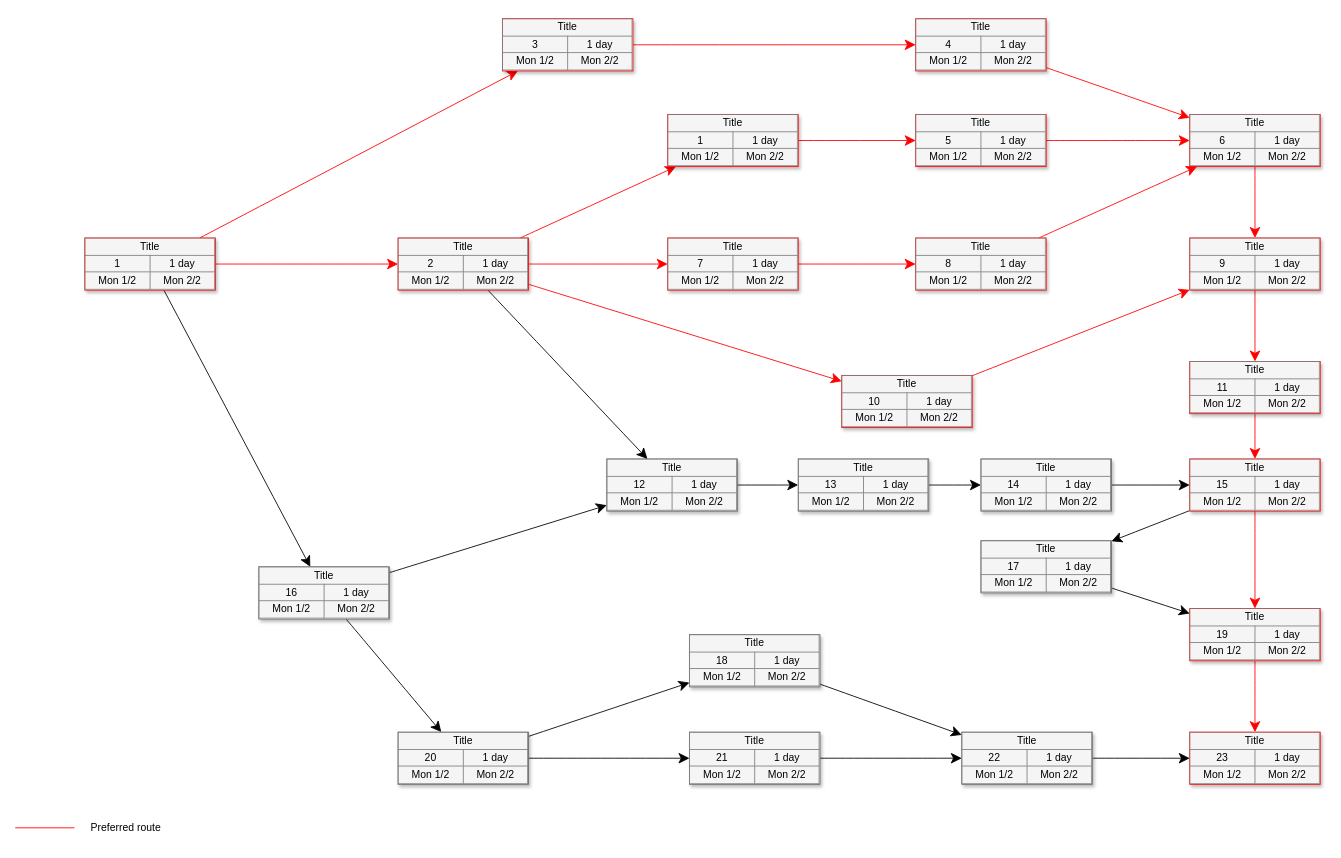
This is Untitled Diagram.drawio from bagheeraja/PERT, a draw.io file, before an edit. Source tidied: cells renumbered, new cells numbered last; positions are measured from the earlier drawing's top-left corner, leaving out a move shared by most shapes. Both pictures are drawn from the tidied source at 87%, with x=0, y=0 at pixel (15, 18).
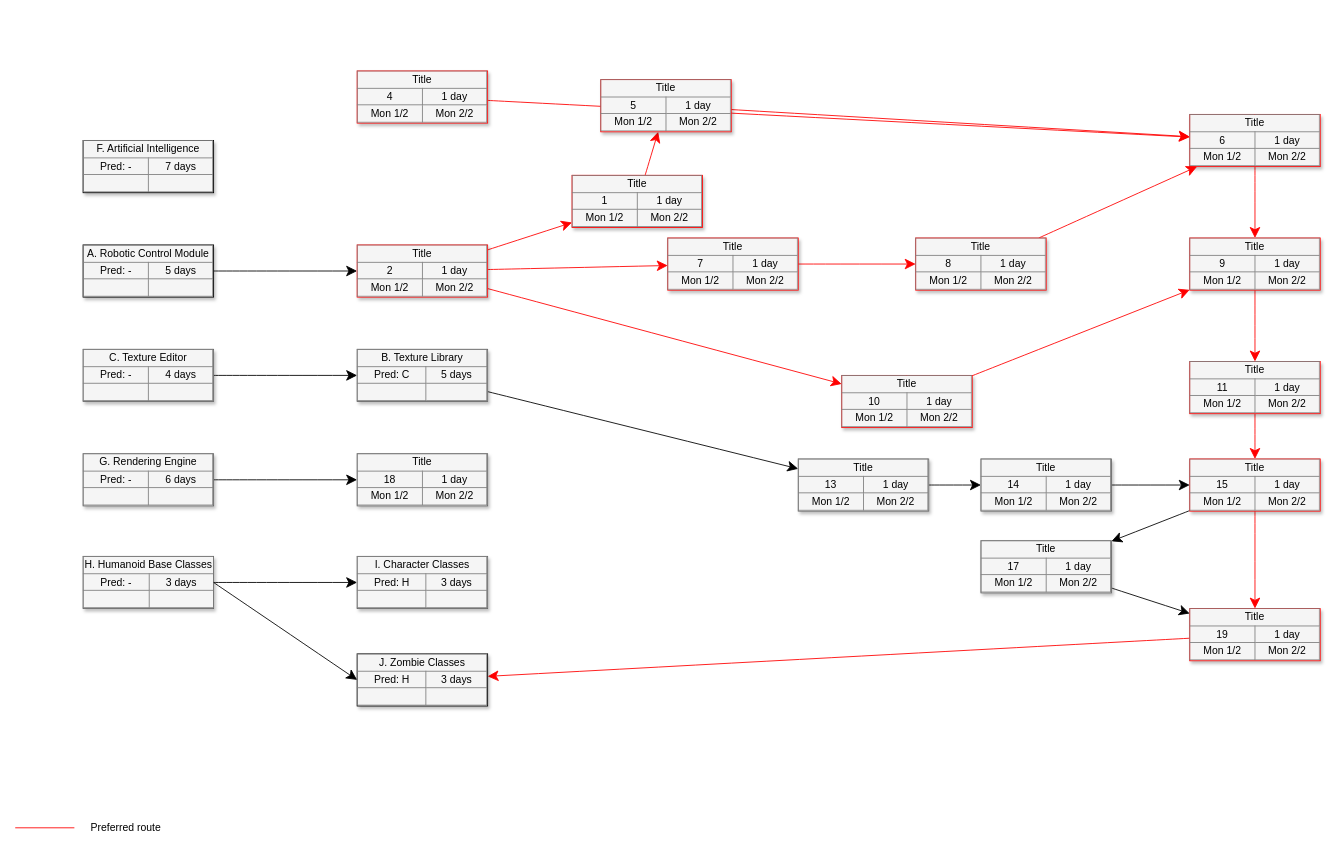
After the change.

Commit message:
Classes and Modules for World of Z-.drawio

Diff of the diagram source:
```diff
@@
-    <mxCell id="2" style="edgeStyle=none;curved=1;html=1;startSize=10;endArrow=classic;endFill=1;endSize=10;strokeColor=#FF0000;strokeWidth=1;fontSize=12;" parent="1" edge="1" source="5" target="22">
-      <mxGeometry relative="1" as="geometry" />
-    </mxCell>
-    <mxCell id="3" style="edgeStyle=none;curved=1;html=1;startSize=10;endArrow=classic;endFill=1;endSize=10;strokeColor=#FF0000;strokeWidth=1;fontSize=12;" parent="1" edge="1" source="5" target="27">
+    <mxCell id="3" style="edgeStyle=none;curved=1;html=1;startSize=10;endArrow=classic;endFill=1;endSize=10;strokeColor=light-dark(#000000, #ff9090);strokeWidth=1;fontSize=12;" parent="1" edge="1" source="5" target="27">
       <mxGeometry relative="1" as="geometry" />
     </mxCell>
-    <mxCell id="4" style="edgeStyle=none;curved=1;html=1;startSize=10;endArrow=classic;endFill=1;endSize=10;strokeWidth=1;fontSize=12;" parent="1" edge="1" source="5" target="30">
-      <mxGeometry relative="1" as="geometry" />
-    </mxCell>
-    <mxCell id="5" value="&lt;table border=&quot;1&quot; width=&quot;100%&quot; style=&quot;width: 100% ; height: 100% ; border-collapse: collapse&quot;&gt;&lt;tbody&gt;&lt;tr&gt;&lt;td colspan=&quot;2&quot; align=&quot;center&quot;&gt;&lt;font style=&quot;font-size: 12px;&quot;&gt;Title&lt;/font&gt;&lt;/td&gt;&lt;/tr&gt;&lt;tr&gt;&lt;td align=&quot;center&quot;&gt;&lt;font style=&quot;font-size: 12px;&quot;&gt;1&lt;/font&gt;&lt;/td&gt;&lt;td align=&quot;center&quot;&gt;&lt;font style=&quot;font-size: 12px;&quot;&gt;1 day&lt;/font&gt;&lt;/td&gt;&lt;/tr&gt;&lt;tr&gt;&lt;td align=&quot;center&quot;&gt;&lt;font style=&quot;font-size: 12px;&quot;&gt;Mon 1/2&lt;/font&gt;&lt;/td&gt;&lt;td align=&quot;center&quot;&gt;&lt;font style=&quot;font-size: 12px;&quot;&gt;Mon 2/2&lt;/font&gt;&lt;/td&gt;&lt;/tr&gt;&lt;/tbody&gt;&lt;/table&gt;" style="text;html=1;strokeColor=#FF0000;fillColor=#f5f5f5;overflow=fill;rounded=0;shadow=1;fontSize=12;align=center;" parent="1" vertex="1">
-      <mxGeometry x="80" y="252" width="150" height="60" as="geometry" />
+    <mxCell id="5" value="&lt;table border=&quot;1&quot; width=&quot;100%&quot; style=&quot;width: 100% ; height: 100% ; border-collapse: collapse&quot;&gt;&lt;tbody&gt;&lt;tr&gt;&lt;td colspan=&quot;2&quot; align=&quot;center&quot;&gt;A. Robotic Control Module&lt;/td&gt;&lt;/tr&gt;&lt;tr&gt;&lt;td align=&quot;center&quot;&gt;Pred: -&lt;/td&gt;&lt;td align=&quot;center&quot;&gt;&lt;font style=&quot;font-size: 12px;&quot;&gt;5 days&lt;/font&gt;&lt;/td&gt;&lt;/tr&gt;&lt;tr&gt;&lt;td align=&quot;center&quot;&gt;&lt;/td&gt;&lt;td align=&quot;center&quot;&gt;&lt;br&gt;&lt;/td&gt;&lt;/tr&gt;&lt;/tbody&gt;&lt;/table&gt;" style="text;html=1;strokeColor=light-dark(#000000, #ff9090);fillColor=#f5f5f5;overflow=fill;rounded=0;shadow=1;fontSize=12;align=center;" parent="1" vertex="1">
+      <mxGeometry x="78" y="260" width="150" height="60" as="geometry" />
     </mxCell>
@@
     <mxCell id="16" value="&lt;table border=&quot;1&quot; width=&quot;100%&quot; style=&quot;width: 100% ; height: 100% ; border-collapse: collapse&quot;&gt;&lt;tbody&gt;&lt;tr&gt;&lt;td colspan=&quot;2&quot; align=&quot;center&quot;&gt;&lt;font style=&quot;font-size: 12px&quot;&gt;Title&lt;/font&gt;&lt;/td&gt;&lt;/tr&gt;&lt;tr&gt;&lt;td align=&quot;center&quot;&gt;4&lt;/td&gt;&lt;td align=&quot;center&quot;&gt;&lt;font style=&quot;font-size: 12px&quot;&gt;1 day&lt;/font&gt;&lt;/td&gt;&lt;/tr&gt;&lt;tr&gt;&lt;td align=&quot;center&quot;&gt;&lt;font style=&quot;font-size: 12px&quot;&gt;Mon 1/2&lt;/font&gt;&lt;/td&gt;&lt;td align=&quot;center&quot;&gt;&lt;font style=&quot;font-size: 12px&quot;&gt;Mon 2/2&lt;/font&gt;&lt;/td&gt;&lt;/tr&gt;&lt;/tbody&gt;&lt;/table&gt;" style="text;html=1;strokeColor=#FF0000;fillColor=#f5f5f5;overflow=fill;rounded=0;shadow=1;fontSize=12;align=center;" parent="1" vertex="1">
-      <mxGeometry x="1035" width="150" height="60" as="geometry" />
+      <mxGeometry x="393" y="60" width="150" height="60" as="geometry" />
     </mxCell>
@@
-    <mxCell id="18" value="&lt;table border=&quot;1&quot; width=&quot;100%&quot; style=&quot;width: 100% ; height: 100% ; border-collapse: collapse&quot;&gt;&lt;tbody&gt;&lt;tr&gt;&lt;td colspan=&quot;2&quot; align=&quot;center&quot;&gt;&lt;font style=&quot;font-size: 12px&quot;&gt;Title&lt;/font&gt;&lt;/td&gt;&lt;/tr&gt;&lt;tr&gt;&lt;td align=&quot;center&quot;&gt;&lt;font style=&quot;font-size: 12px&quot;&gt;12&lt;/font&gt;&lt;/td&gt;&lt;td align=&quot;center&quot;&gt;&lt;font style=&quot;font-size: 12px&quot;&gt;1 day&lt;/font&gt;&lt;/td&gt;&lt;/tr&gt;&lt;tr&gt;&lt;td align=&quot;center&quot;&gt;&lt;font style=&quot;font-size: 12px&quot;&gt;Mon 1/2&lt;/font&gt;&lt;/td&gt;&lt;td align=&quot;center&quot;&gt;&lt;font style=&quot;font-size: 12px&quot;&gt;Mon 2/2&lt;/font&gt;&lt;/td&gt;&lt;/tr&gt;&lt;/tbody&gt;&lt;/table&gt;" style="text;html=1;strokeColor=#666666;fillColor=#f5f5f5;overflow=fill;rounded=0;shadow=1;fontSize=12;align=center;" parent="1" vertex="1">
-      <mxGeometry x="680" y="506" width="150" height="60" as="geometry" />
+    <mxCell id="18" value="&lt;table border=&quot;1&quot; width=&quot;100%&quot; style=&quot;width: 100% ; height: 100% ; border-collapse: collapse&quot;&gt;&lt;tbody&gt;&lt;tr&gt;&lt;td colspan=&quot;2&quot; align=&quot;center&quot;&gt;&lt;font style=&quot;font-size: 12px&quot;&gt;B. Texture Library&lt;/font&gt;&lt;/td&gt;&lt;/tr&gt;&lt;tr&gt;&lt;td align=&quot;center&quot;&gt;Pred: C&lt;/td&gt;&lt;td align=&quot;center&quot;&gt;&lt;font style=&quot;font-size: 12px&quot;&gt;5 days&lt;/font&gt;&lt;/td&gt;&lt;/tr&gt;&lt;tr&gt;&lt;td align=&quot;center&quot;&gt;&lt;/td&gt;&lt;td align=&quot;center&quot;&gt;&lt;br&gt;&lt;/td&gt;&lt;/tr&gt;&lt;/tbody&gt;&lt;/table&gt;" style="text;html=1;strokeColor=#666666;fillColor=#f5f5f5;overflow=fill;rounded=0;shadow=1;fontSize=12;align=center;" parent="1" vertex="1">
+      <mxGeometry x="393" y="380" width="150" height="60" as="geometry" />
     </mxCell>
@@
-    <mxCell id="21" style="edgeStyle=none;curved=1;html=1;startSize=10;endArrow=classic;endFill=1;endSize=10;strokeColor=#FF0000;strokeWidth=1;fontSize=12;" parent="1" edge="1" source="22" target="16">
-      <mxGeometry relative="1" as="geometry" />
-    </mxCell>
-    <mxCell id="22" value="&lt;table border=&quot;1&quot; width=&quot;100%&quot; style=&quot;width: 100% ; height: 100% ; border-collapse: collapse&quot;&gt;&lt;tbody&gt;&lt;tr&gt;&lt;td colspan=&quot;2&quot; align=&quot;center&quot;&gt;&lt;font style=&quot;font-size: 12px&quot;&gt;Title&lt;/font&gt;&lt;/td&gt;&lt;/tr&gt;&lt;tr&gt;&lt;td align=&quot;center&quot;&gt;3&lt;/td&gt;&lt;td align=&quot;center&quot;&gt;&lt;font style=&quot;font-size: 12px&quot;&gt;1 day&lt;/font&gt;&lt;/td&gt;&lt;/tr&gt;&lt;tr&gt;&lt;td align=&quot;center&quot;&gt;&lt;font style=&quot;font-size: 12px&quot;&gt;Mon 1/2&lt;/font&gt;&lt;/td&gt;&lt;td align=&quot;center&quot;&gt;&lt;font style=&quot;font-size: 12px&quot;&gt;Mon 2/2&lt;/font&gt;&lt;/td&gt;&lt;/tr&gt;&lt;/tbody&gt;&lt;/table&gt;" style="text;html=1;strokeColor=#FF0000;fillColor=#f5f5f5;overflow=fill;rounded=0;shadow=1;fontSize=12;align=center;" parent="1" vertex="1">
-      <mxGeometry x="560" width="150" height="60" as="geometry" />
+    <mxCell id="22" value="&lt;table border=&quot;1&quot; width=&quot;100%&quot; style=&quot;width: 100% ; height: 100% ; border-collapse: collapse&quot;&gt;&lt;tbody&gt;&lt;tr&gt;&lt;td colspan=&quot;2&quot; align=&quot;center&quot;&gt;F. Artificial Intelligence&lt;/td&gt;&lt;/tr&gt;&lt;tr&gt;&lt;td align=&quot;center&quot;&gt;Pred: -&lt;/td&gt;&lt;td align=&quot;center&quot;&gt;&lt;font style=&quot;font-size: 12px&quot;&gt;7 days&lt;/font&gt;&lt;/td&gt;&lt;/tr&gt;&lt;tr&gt;&lt;td align=&quot;center&quot;&gt;&lt;/td&gt;&lt;td align=&quot;center&quot;&gt;&lt;br&gt;&lt;/td&gt;&lt;/tr&gt;&lt;/tbody&gt;&lt;/table&gt;" style="text;html=1;strokeColor=light-dark(#000000,#FF9090);fillColor=#f5f5f5;overflow=fill;rounded=0;shadow=1;fontSize=12;align=center;" parent="1" vertex="1">
+      <mxGeometry x="78" y="140" width="150" height="60" as="geometry" />
     </mxCell>
@@
-    <mxCell id="26" style="edgeStyle=none;curved=1;html=1;startSize=10;endArrow=classic;endFill=1;endSize=10;strokeWidth=1;fontSize=12;" parent="1" edge="1" source="27" target="18">
-      <mxGeometry relative="1" as="geometry" />
-    </mxCell>
     <mxCell id="27" value="&lt;table border=&quot;1&quot; width=&quot;100%&quot; style=&quot;width: 100% ; height: 100% ; border-collapse: collapse&quot;&gt;&lt;tbody&gt;&lt;tr&gt;&lt;td colspan=&quot;2&quot; align=&quot;center&quot;&gt;&lt;font style=&quot;font-size: 12px&quot;&gt;Title&lt;/font&gt;&lt;/td&gt;&lt;/tr&gt;&lt;tr&gt;&lt;td align=&quot;center&quot;&gt;2&lt;/td&gt;&lt;td align=&quot;center&quot;&gt;&lt;font style=&quot;font-size: 12px&quot;&gt;1 day&lt;/font&gt;&lt;/td&gt;&lt;/tr&gt;&lt;tr&gt;&lt;td align=&quot;center&quot;&gt;&lt;font style=&quot;font-size: 12px&quot;&gt;Mon 1/2&lt;/font&gt;&lt;/td&gt;&lt;td align=&quot;center&quot;&gt;&lt;font style=&quot;font-size: 12px&quot;&gt;Mon 2/2&lt;/font&gt;&lt;/td&gt;&lt;/tr&gt;&lt;/tbody&gt;&lt;/table&gt;" style="text;html=1;strokeColor=#FF0000;fillColor=#f5f5f5;overflow=fill;rounded=0;shadow=1;fontSize=12;align=center;" parent="1" vertex="1">
-      <mxGeometry x="440" y="252" width="150" height="60" as="geometry" />
+      <mxGeometry x="393" y="260" width="150" height="60" as="geometry" />
     </mxCell>
-    <mxCell id="28" style="edgeStyle=none;curved=1;html=1;startSize=10;endArrow=classic;endFill=1;endSize=10;strokeWidth=1;fontSize=12;" parent="1" edge="1" source="30" target="39">
-      <mxGeometry relative="1" as="geometry" />
-    </mxCell>
@@
-    <mxCell id="30" value="&lt;table border=&quot;1&quot; width=&quot;100%&quot; style=&quot;width: 100% ; height: 100% ; border-collapse: collapse&quot;&gt;&lt;tbody&gt;&lt;tr&gt;&lt;td colspan=&quot;2&quot; align=&quot;center&quot;&gt;&lt;font style=&quot;font-size: 12px&quot;&gt;Title&lt;/font&gt;&lt;/td&gt;&lt;/tr&gt;&lt;tr&gt;&lt;td align=&quot;center&quot;&gt;16&lt;/td&gt;&lt;td align=&quot;center&quot;&gt;&lt;font style=&quot;font-size: 12px&quot;&gt;1 day&lt;/font&gt;&lt;/td&gt;&lt;/tr&gt;&lt;tr&gt;&lt;td align=&quot;center&quot;&gt;&lt;font style=&quot;font-size: 12px&quot;&gt;Mon 1/2&lt;/font&gt;&lt;/td&gt;&lt;td align=&quot;center&quot;&gt;&lt;font style=&quot;font-size: 12px&quot;&gt;Mon 2/2&lt;/font&gt;&lt;/td&gt;&lt;/tr&gt;&lt;/tbody&gt;&lt;/table&gt;" style="text;html=1;strokeColor=#666666;fillColor=#f5f5f5;overflow=fill;rounded=0;shadow=1;fontSize=12;align=center;" parent="1" vertex="1">
-      <mxGeometry x="280" y="630" width="150" height="60" as="geometry" />
+    <mxCell id="30" value="&lt;table border=&quot;1&quot; width=&quot;100%&quot; style=&quot;width: 100% ; height: 100% ; border-collapse: collapse&quot;&gt;&lt;tbody&gt;&lt;tr&gt;&lt;td colspan=&quot;2&quot; align=&quot;center&quot;&gt;C. Texture Editor&lt;/td&gt;&lt;/tr&gt;&lt;tr&gt;&lt;td align=&quot;center&quot;&gt;Pred: -&lt;/td&gt;&lt;td align=&quot;center&quot;&gt;&lt;font style=&quot;font-size: 12px&quot;&gt;4 days&lt;/font&gt;&lt;/td&gt;&lt;/tr&gt;&lt;tr&gt;&lt;td align=&quot;center&quot;&gt;&lt;/td&gt;&lt;td align=&quot;center&quot;&gt;&lt;br&gt;&lt;/td&gt;&lt;/tr&gt;&lt;/tbody&gt;&lt;/table&gt;" style="text;html=1;strokeColor=#666666;fillColor=#f5f5f5;overflow=fill;rounded=0;shadow=1;fontSize=12;align=center;" parent="1" vertex="1">
+      <mxGeometry x="78" y="380" width="150" height="60" as="geometry" />
     </mxCell>
@@
     <mxCell id="32" value="&lt;table border=&quot;1&quot; width=&quot;100%&quot; style=&quot;width: 100% ; height: 100% ; border-collapse: collapse&quot;&gt;&lt;tbody&gt;&lt;tr&gt;&lt;td colspan=&quot;2&quot; align=&quot;center&quot;&gt;&lt;font style=&quot;font-size: 12px;&quot;&gt;Title&lt;/font&gt;&lt;/td&gt;&lt;/tr&gt;&lt;tr&gt;&lt;td align=&quot;center&quot;&gt;&lt;font style=&quot;font-size: 12px;&quot;&gt;1&lt;/font&gt;&lt;/td&gt;&lt;td align=&quot;center&quot;&gt;&lt;font style=&quot;font-size: 12px;&quot;&gt;1 day&lt;/font&gt;&lt;/td&gt;&lt;/tr&gt;&lt;tr&gt;&lt;td align=&quot;center&quot;&gt;&lt;font style=&quot;font-size: 12px;&quot;&gt;Mon 1/2&lt;/font&gt;&lt;/td&gt;&lt;td align=&quot;center&quot;&gt;&lt;font style=&quot;font-size: 12px;&quot;&gt;Mon 2/2&lt;/font&gt;&lt;/td&gt;&lt;/tr&gt;&lt;/tbody&gt;&lt;/table&gt;" style="text;html=1;strokeColor=#FF0000;fillColor=#f5f5f5;overflow=fill;rounded=0;shadow=1;fontSize=12;align=center;" parent="1" vertex="1">
-      <mxGeometry x="750" y="110" width="150" height="60" as="geometry" />
+      <mxGeometry x="640" y="180" width="150" height="60" as="geometry" />
     </mxCell>
@@
-    <mxCell id="37" style="edgeStyle=none;curved=1;html=1;startSize=10;endArrow=classic;endFill=1;endSize=10;strokeWidth=1;fontSize=12;" parent="1" edge="1" source="39" target="48">
-      <mxGeometry relative="1" as="geometry" />
-    </mxCell>
@@
-    <mxCell id="39" value="&lt;table border=&quot;1&quot; width=&quot;100%&quot; style=&quot;width: 100% ; height: 100% ; border-collapse: collapse&quot;&gt;&lt;tbody&gt;&lt;tr&gt;&lt;td colspan=&quot;2&quot; align=&quot;center&quot;&gt;&lt;font style=&quot;font-size: 12px&quot;&gt;Title&lt;/font&gt;&lt;/td&gt;&lt;/tr&gt;&lt;tr&gt;&lt;td align=&quot;center&quot;&gt;20&lt;/td&gt;&lt;td align=&quot;center&quot;&gt;&lt;font style=&quot;font-size: 12px&quot;&gt;1 day&lt;/font&gt;&lt;/td&gt;&lt;/tr&gt;&lt;tr&gt;&lt;td align=&quot;center&quot;&gt;&lt;font style=&quot;font-size: 12px&quot;&gt;Mon 1/2&lt;/font&gt;&lt;/td&gt;&lt;td align=&quot;center&quot;&gt;&lt;font style=&quot;font-size: 12px&quot;&gt;Mon 2/2&lt;/font&gt;&lt;/td&gt;&lt;/tr&gt;&lt;/tbody&gt;&lt;/table&gt;" style="text;html=1;strokeColor=#666666;fillColor=#f5f5f5;overflow=fill;rounded=0;shadow=1;fontSize=12;align=center;" parent="1" vertex="1">
-      <mxGeometry x="440" y="820" width="150" height="60" as="geometry" />
+    <mxCell id="39" value="&lt;table border=&quot;1&quot; width=&quot;100%&quot; style=&quot;width: 100% ; height: 100% ; border-collapse: collapse&quot;&gt;&lt;tbody&gt;&lt;tr&gt;&lt;td colspan=&quot;2&quot; align=&quot;center&quot;&gt;G. Rendering Engine&lt;/td&gt;&lt;/tr&gt;&lt;tr&gt;&lt;td align=&quot;center&quot;&gt;Pred: -&lt;/td&gt;&lt;td align=&quot;center&quot;&gt;&lt;font style=&quot;font-size: 12px&quot;&gt;6 days&lt;/font&gt;&lt;/td&gt;&lt;/tr&gt;&lt;tr&gt;&lt;td align=&quot;center&quot;&gt;&lt;/td&gt;&lt;td align=&quot;center&quot;&gt;&lt;br&gt;&lt;/td&gt;&lt;/tr&gt;&lt;/tbody&gt;&lt;/table&gt;" style="text;html=1;strokeColor=#666666;fillColor=#f5f5f5;overflow=fill;rounded=0;shadow=1;fontSize=12;align=center;" parent="1" vertex="1">
+      <mxGeometry x="78" y="500" width="150" height="60" as="geometry" />
     </mxCell>
-    <mxCell id="40" value="&lt;table border=&quot;1&quot; width=&quot;100%&quot; style=&quot;width: 100% ; height: 100% ; border-collapse: collapse&quot;&gt;&lt;tbody&gt;&lt;tr&gt;&lt;td colspan=&quot;2&quot; align=&quot;center&quot;&gt;&lt;font style=&quot;font-size: 12px&quot;&gt;Title&lt;/font&gt;&lt;/td&gt;&lt;/tr&gt;&lt;tr&gt;&lt;td align=&quot;center&quot;&gt;23&lt;/td&gt;&lt;td align=&quot;center&quot;&gt;&lt;font style=&quot;font-size: 12px&quot;&gt;1 day&lt;/font&gt;&lt;/td&gt;&lt;/tr&gt;&lt;tr&gt;&lt;td align=&quot;center&quot;&gt;&lt;font style=&quot;font-size: 12px&quot;&gt;Mon 1/2&lt;/font&gt;&lt;/td&gt;&lt;td align=&quot;center&quot;&gt;&lt;font style=&quot;font-size: 12px&quot;&gt;Mon 2/2&lt;/font&gt;&lt;/td&gt;&lt;/tr&gt;&lt;/tbody&gt;&lt;/table&gt;" style="text;html=1;strokeColor=#FF0000;fillColor=#f5f5f5;overflow=fill;rounded=0;shadow=1;fontSize=12;align=center;" parent="1" vertex="1">
-      <mxGeometry x="1350" y="820" width="150" height="60" as="geometry" />
+    <mxCell id="40" value="&lt;table border=&quot;1&quot; width=&quot;100%&quot; style=&quot;width: 100% ; height: 100% ; border-collapse: collapse&quot;&gt;&lt;tbody&gt;&lt;tr&gt;&lt;td colspan=&quot;2&quot; align=&quot;center&quot;&gt;J. Zombie Classes&lt;/td&gt;&lt;/tr&gt;&lt;tr&gt;&lt;td align=&quot;center&quot;&gt;Pred: H&lt;/td&gt;&lt;td align=&quot;center&quot;&gt;&lt;font style=&quot;font-size: 12px&quot;&gt;3 days&lt;/font&gt;&lt;/td&gt;&lt;/tr&gt;&lt;tr&gt;&lt;td align=&quot;center&quot;&gt;&lt;/td&gt;&lt;td align=&quot;center&quot;&gt;&lt;br&gt;&lt;/td&gt;&lt;/tr&gt;&lt;/tbody&gt;&lt;/table&gt;" style="text;html=1;strokeColor=light-dark(#000000, #ff9090);fillColor=#f5f5f5;overflow=fill;rounded=0;shadow=1;fontSize=12;align=center;" parent="1" vertex="1">
+      <mxGeometry x="393" y="730" width="150" height="60" as="geometry" />
     </mxCell>
@@
     <mxCell id="42" value="&lt;table border=&quot;1&quot; width=&quot;100%&quot; style=&quot;width: 100% ; height: 100% ; border-collapse: collapse&quot;&gt;&lt;tbody&gt;&lt;tr&gt;&lt;td colspan=&quot;2&quot; align=&quot;center&quot;&gt;&lt;font style=&quot;font-size: 12px&quot;&gt;Title&lt;/font&gt;&lt;/td&gt;&lt;/tr&gt;&lt;tr&gt;&lt;td align=&quot;center&quot;&gt;5&lt;/td&gt;&lt;td align=&quot;center&quot;&gt;&lt;font style=&quot;font-size: 12px&quot;&gt;1 day&lt;/font&gt;&lt;/td&gt;&lt;/tr&gt;&lt;tr&gt;&lt;td align=&quot;center&quot;&gt;&lt;font style=&quot;font-size: 12px&quot;&gt;Mon 1/2&lt;/font&gt;&lt;/td&gt;&lt;td align=&quot;center&quot;&gt;&lt;font style=&quot;font-size: 12px&quot;&gt;Mon 2/2&lt;/font&gt;&lt;/td&gt;&lt;/tr&gt;&lt;/tbody&gt;&lt;/table&gt;" style="text;html=1;strokeColor=#FF0000;fillColor=#f5f5f5;overflow=fill;rounded=0;shadow=1;fontSize=12;align=center;" parent="1" vertex="1">
-      <mxGeometry x="1035" y="110" width="150" height="60" as="geometry" />
+      <mxGeometry x="673" y="70" width="150" height="60" as="geometry" />
     </mxCell>
@@
-    <mxCell id="45" style="edgeStyle=none;curved=1;html=1;startSize=10;endArrow=classic;endFill=1;endSize=10;strokeWidth=1;fontSize=12;" parent="1" edge="1" source="46" target="50">
-      <mxGeometry relative="1" as="geometry" />
-    </mxCell>
     <mxCell id="46" value="&lt;table border=&quot;1&quot; width=&quot;100%&quot; style=&quot;width: 100% ; height: 100% ; border-collapse: collapse&quot;&gt;&lt;tbody&gt;&lt;tr&gt;&lt;td colspan=&quot;2&quot; align=&quot;center&quot;&gt;&lt;font style=&quot;font-size: 12px&quot;&gt;Title&lt;/font&gt;&lt;/td&gt;&lt;/tr&gt;&lt;tr&gt;&lt;td align=&quot;center&quot;&gt;18&lt;/td&gt;&lt;td align=&quot;center&quot;&gt;&lt;font style=&quot;font-size: 12px&quot;&gt;1 day&lt;/font&gt;&lt;/td&gt;&lt;/tr&gt;&lt;tr&gt;&lt;td align=&quot;center&quot;&gt;&lt;font style=&quot;font-size: 12px&quot;&gt;Mon 1/2&lt;/font&gt;&lt;/td&gt;&lt;td align=&quot;center&quot;&gt;&lt;font style=&quot;font-size: 12px&quot;&gt;Mon 2/2&lt;/font&gt;&lt;/td&gt;&lt;/tr&gt;&lt;/tbody&gt;&lt;/table&gt;" style="text;html=1;strokeColor=#666666;fillColor=#f5f5f5;overflow=fill;rounded=0;shadow=1;fontSize=12;align=center;" parent="1" vertex="1">
-      <mxGeometry x="775" y="708" width="150" height="60" as="geometry" />
+      <mxGeometry x="393" y="500" width="150" height="60" as="geometry" />
     </mxCell>
@@
-    <mxCell id="48" value="&lt;table border=&quot;1&quot; width=&quot;100%&quot; style=&quot;width: 100% ; height: 100% ; border-collapse: collapse&quot;&gt;&lt;tbody&gt;&lt;tr&gt;&lt;td colspan=&quot;2&quot; align=&quot;center&quot;&gt;&lt;font style=&quot;font-size: 12px&quot;&gt;Title&lt;/font&gt;&lt;/td&gt;&lt;/tr&gt;&lt;tr&gt;&lt;td align=&quot;center&quot;&gt;21&lt;/td&gt;&lt;td align=&quot;center&quot;&gt;&lt;font style=&quot;font-size: 12px&quot;&gt;1 day&lt;/font&gt;&lt;/td&gt;&lt;/tr&gt;&lt;tr&gt;&lt;td align=&quot;center&quot;&gt;&lt;font style=&quot;font-size: 12px&quot;&gt;Mon 1/2&lt;/font&gt;&lt;/td&gt;&lt;td align=&quot;center&quot;&gt;&lt;font style=&quot;font-size: 12px&quot;&gt;Mon 2/2&lt;/font&gt;&lt;/td&gt;&lt;/tr&gt;&lt;/tbody&gt;&lt;/table&gt;" style="text;html=1;strokeColor=#666666;fillColor=#f5f5f5;overflow=fill;rounded=0;shadow=1;fontSize=12;align=center;" parent="1" vertex="1">
-      <mxGeometry x="775" y="820" width="150" height="60" as="geometry" />
+    <mxCell id="48" value="&lt;table border=&quot;1&quot; width=&quot;100%&quot; style=&quot;width: 100% ; height: 100% ; border-collapse: collapse&quot;&gt;&lt;tbody&gt;&lt;tr&gt;&lt;td colspan=&quot;2&quot; align=&quot;center&quot;&gt;&lt;font style=&quot;font-size: 12px&quot;&gt;H. Humanoid Base Classes&lt;/font&gt;&lt;/td&gt;&lt;/tr&gt;&lt;tr&gt;&lt;td align=&quot;center&quot;&gt;Pred: -&lt;/td&gt;&lt;td align=&quot;center&quot;&gt;&lt;font style=&quot;font-size: 12px&quot;&gt;3 days&lt;/font&gt;&lt;/td&gt;&lt;/tr&gt;&lt;tr&gt;&lt;td align=&quot;center&quot;&gt;&lt;br&gt;&lt;/td&gt;&lt;td align=&quot;center&quot;&gt;&lt;br&gt;&lt;/td&gt;&lt;/tr&gt;&lt;/tbody&gt;&lt;/table&gt;" style="text;html=1;strokeColor=#666666;fillColor=#f5f5f5;overflow=fill;rounded=0;shadow=1;fontSize=12;align=center;" parent="1" vertex="1">
+      <mxGeometry x="78" y="618" width="150" height="60" as="geometry" />
     </mxCell>
-    <mxCell id="49" style="edgeStyle=none;curved=1;html=1;startSize=10;endArrow=classic;endFill=1;endSize=10;strokeWidth=1;fontSize=12;" parent="1" edge="1" source="50" target="40">
-      <mxGeometry relative="1" as="geometry" />
-    </mxCell>
-    <mxCell id="50" value="&lt;table border=&quot;1&quot; width=&quot;100%&quot; style=&quot;width: 100% ; height: 100% ; border-collapse: collapse&quot;&gt;&lt;tbody&gt;&lt;tr&gt;&lt;td colspan=&quot;2&quot; align=&quot;center&quot;&gt;&lt;font style=&quot;font-size: 12px&quot;&gt;Title&lt;/font&gt;&lt;/td&gt;&lt;/tr&gt;&lt;tr&gt;&lt;td align=&quot;center&quot;&gt;22&lt;/td&gt;&lt;td align=&quot;center&quot;&gt;&lt;font style=&quot;font-size: 12px&quot;&gt;1 day&lt;/font&gt;&lt;/td&gt;&lt;/tr&gt;&lt;tr&gt;&lt;td align=&quot;center&quot;&gt;&lt;font style=&quot;font-size: 12px&quot;&gt;Mon 1/2&lt;/font&gt;&lt;/td&gt;&lt;td align=&quot;center&quot;&gt;&lt;font style=&quot;font-size: 12px&quot;&gt;Mon 2/2&lt;/font&gt;&lt;/td&gt;&lt;/tr&gt;&lt;/tbody&gt;&lt;/table&gt;" style="text;html=1;strokeColor=#666666;fillColor=#f5f5f5;overflow=fill;rounded=0;shadow=1;fontSize=12;align=center;" parent="1" vertex="1">
-      <mxGeometry x="1088" y="820" width="150" height="60" as="geometry" />
+    <mxCell id="50" value="&lt;table border=&quot;1&quot; width=&quot;100%&quot; style=&quot;width: 100% ; height: 100% ; border-collapse: collapse&quot;&gt;&lt;tbody&gt;&lt;tr&gt;&lt;td colspan=&quot;2&quot; align=&quot;center&quot;&gt;I. Character Classes&lt;/td&gt;&lt;/tr&gt;&lt;tr&gt;&lt;td align=&quot;center&quot;&gt;Pred: H&lt;/td&gt;&lt;td align=&quot;center&quot;&gt;&lt;font style=&quot;font-size: 12px&quot;&gt;3 days&lt;/font&gt;&lt;/td&gt;&lt;/tr&gt;&lt;tr&gt;&lt;td align=&quot;center&quot;&gt;&lt;/td&gt;&lt;td align=&quot;center&quot;&gt;&lt;br&gt;&lt;/td&gt;&lt;/tr&gt;&lt;/tbody&gt;&lt;/table&gt;" style="text;html=1;strokeColor=#666666;fillColor=#f5f5f5;overflow=fill;rounded=0;shadow=1;fontSize=12;align=center;" parent="1" vertex="1">
+      <mxGeometry x="393" y="618" width="150" height="60" as="geometry" />
     </mxCell>
@@
+    <mxCell id="59" style="edgeStyle=none;curved=1;html=1;startSize=10;endArrow=classic;endFill=1;endSize=10;strokeWidth=1;fontSize=12;entryX=0;entryY=0.5;entryDx=0;entryDy=0;exitX=1;exitY=0.5;exitDx=0;exitDy=0;" parent="1" edge="1" source="48" target="40">
+      <mxGeometry relative="1" as="geometry" />
+    </mxCell>
```
